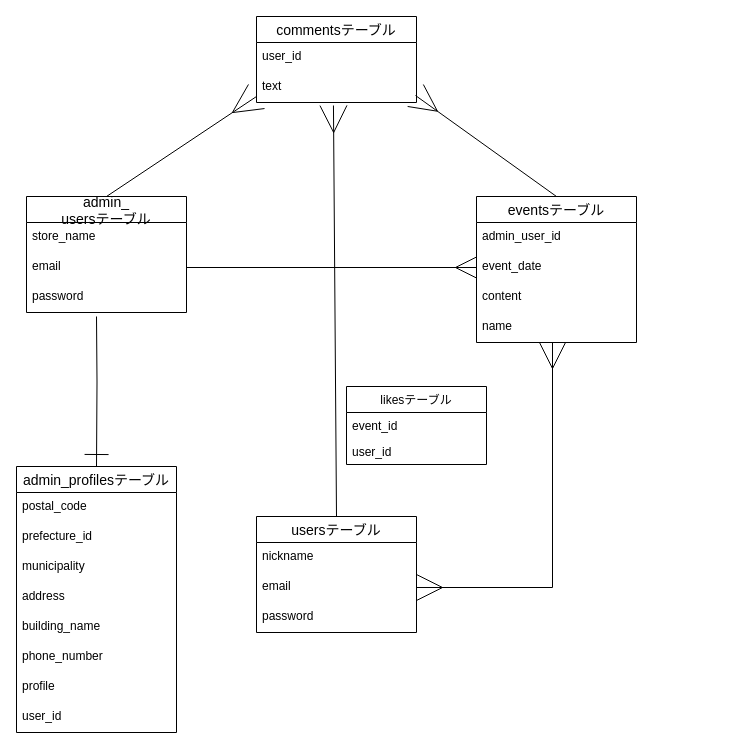
The draw.io diagram cipher.dio in hayato-lang/cipher, before the edit. Source tidied: cells renumbered, new cells numbered last; positions are measured from the earlier drawing's top-left corner, leaving out a move shared by most shapes. Both pictures are drawn from the tidied source at 100%, with x=0, y=0 at pixel (16, 16).
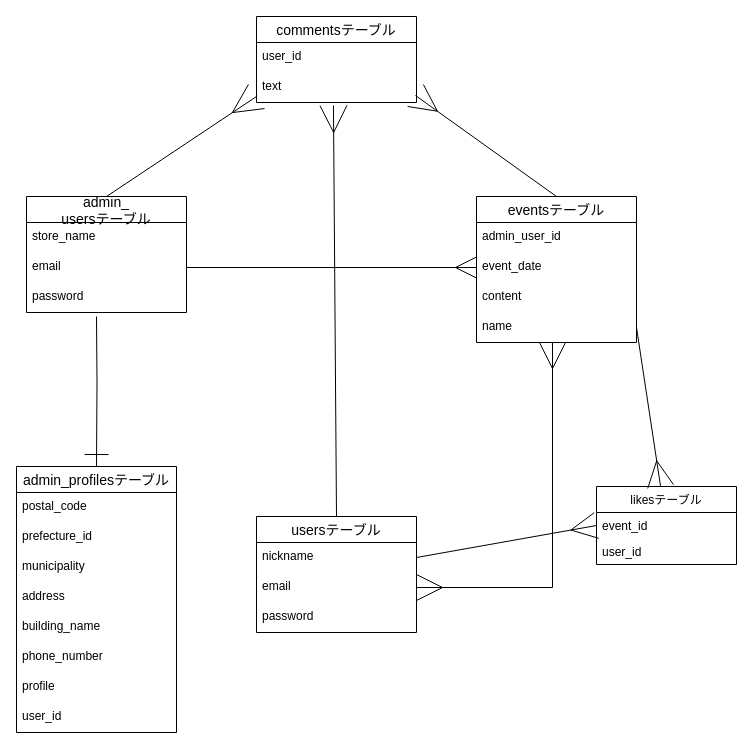
Above is the later version.

Unchanged cells that the change refers to:
```xml
<mxCell id="15" value="name&#10;" style="text;strokeColor=none;fillColor=none;spacingLeft=4;spacingRight=4;overflow=hidden;points=[[0,0.5],[1,0.5]];portConstraint=eastwest;fontSize=12;" parent="11" vertex="1">
  <mxGeometry y="116" width="160" height="30" as="geometry" />
</mxCell>
<mxCell id="29" value="nickname" style="text;strokeColor=none;fillColor=none;spacingLeft=4;spacingRight=4;overflow=hidden;points=[[0,0.5],[1,0.5]];portConstraint=eastwest;fontSize=12;" parent="28" vertex="1">
  <mxGeometry y="26" width="160" height="30" as="geometry" />
</mxCell>
<mxCell id="33" value="event_id" style="text;strokeColor=none;fillColor=none;align=left;verticalAlign=top;spacingLeft=4;spacingRight=4;overflow=hidden;points=[[0,0.5],[1,0.5]];portConstraint=eastwest;" parent="32" vertex="1">
  <mxGeometry y="26" width="140" height="26" as="geometry" />
</mxCell>
```

Diff of the diagram source:
```diff
@@
     <mxCell id="32" value="likesテーブル" style="swimlane;fontStyle=0;horizontal=1;startSize=26;fillColor=none;" parent="1" vertex="1">
-      <mxGeometry x="330" y="370" width="140" height="78" as="geometry" />
+      <mxGeometry x="580" y="470" width="140" height="78" as="geometry" />
     </mxCell>
@@
+    <mxCell id="36" style="rounded=0;jettySize=auto;html=1;exitX=1;exitY=0.5;exitDx=0;exitDy=0;entryX=0;entryY=0.5;entryDx=0;entryDy=0;startArrow=none;startFill=0;endArrow=ERmany;endFill=0;startSize=24;endSize=24;" parent="1" edge="1" source="29" target="33">
+      <mxGeometry relative="1" as="geometry" />
+    </mxCell>
+    <mxCell id="37" style="edgeStyle=none;rounded=0;jettySize=auto;html=1;exitX=1;exitY=0.5;exitDx=0;exitDy=0;startArrow=none;startFill=0;endArrow=ERmany;endFill=0;startSize=24;endSize=24;" parent="1" edge="1" source="15" target="32">
+      <mxGeometry relative="1" as="geometry" />
+    </mxCell>
```
